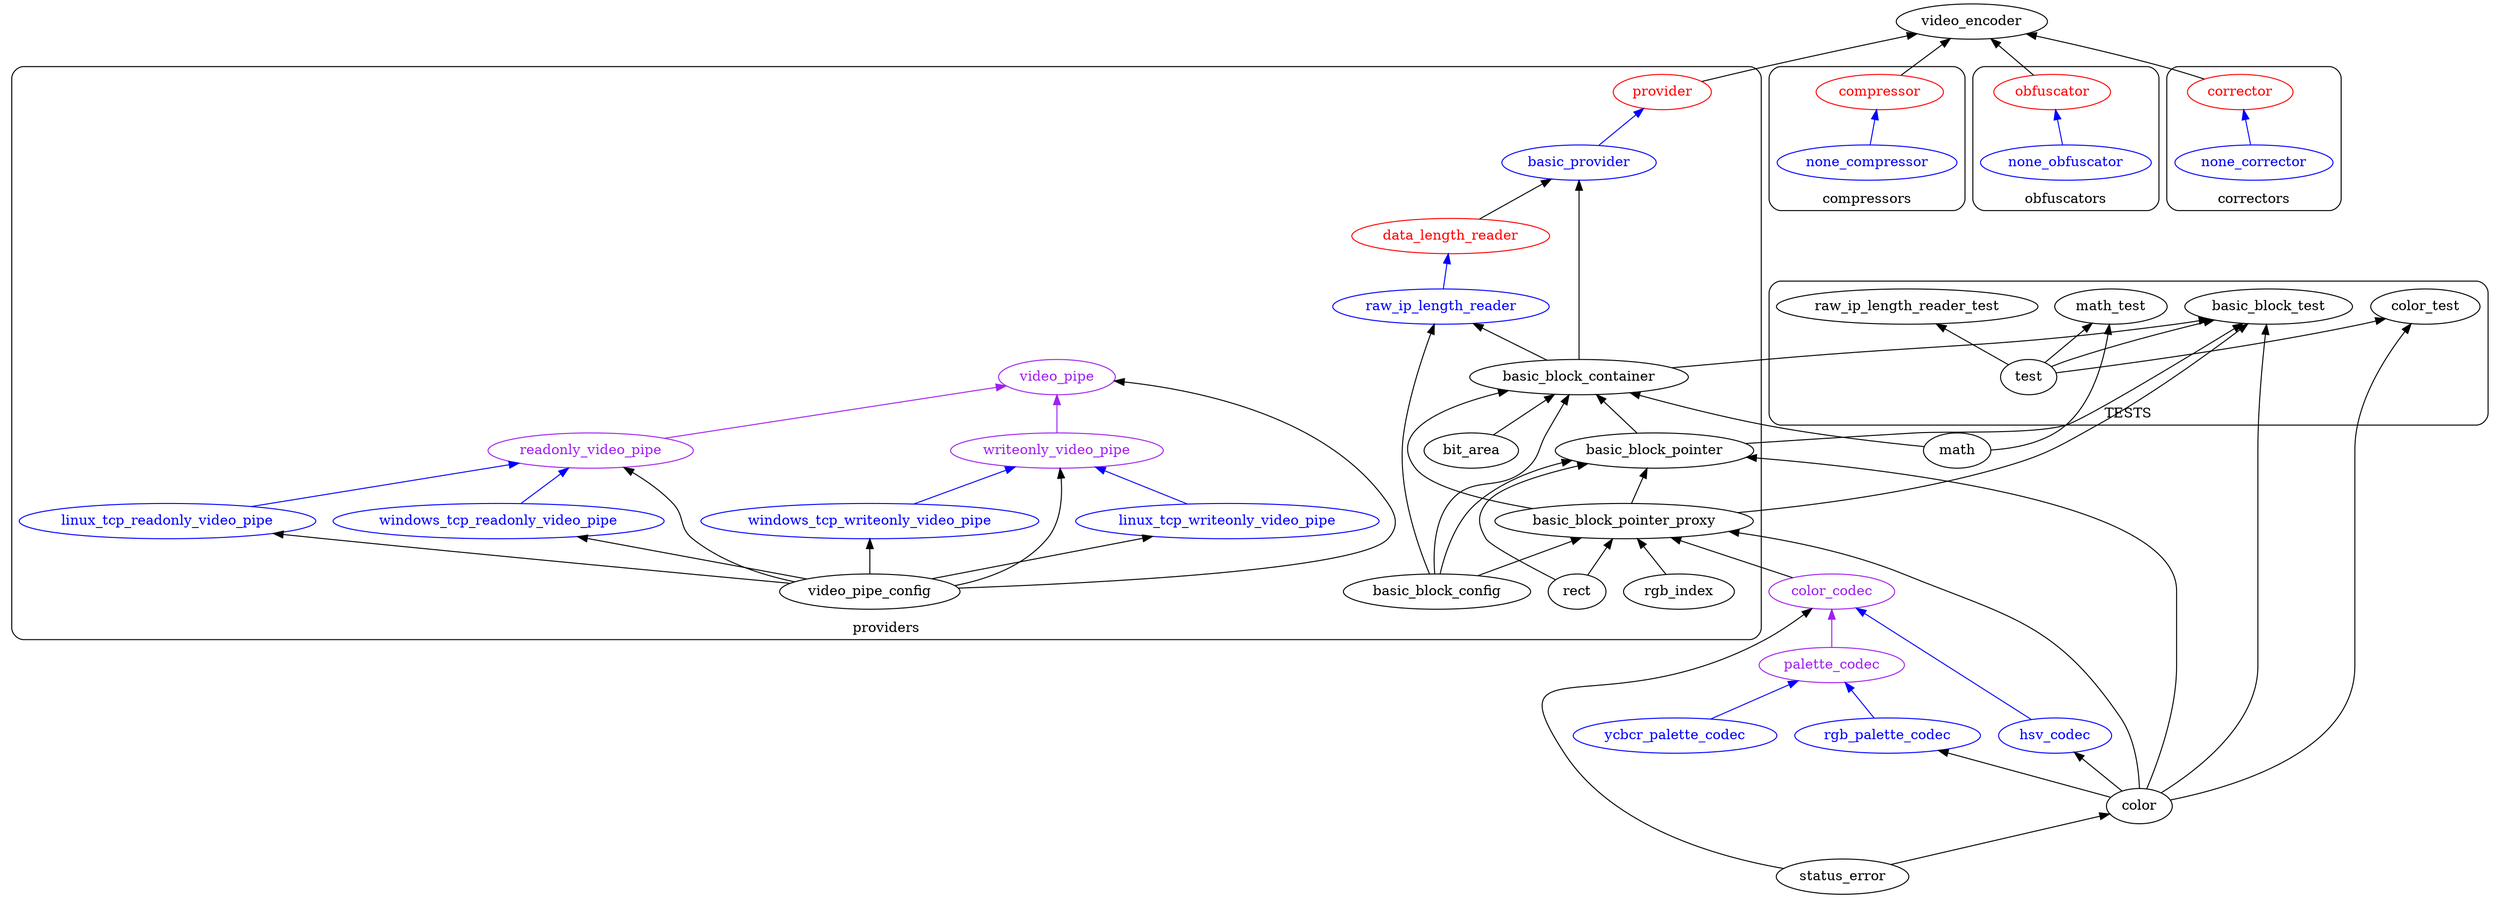
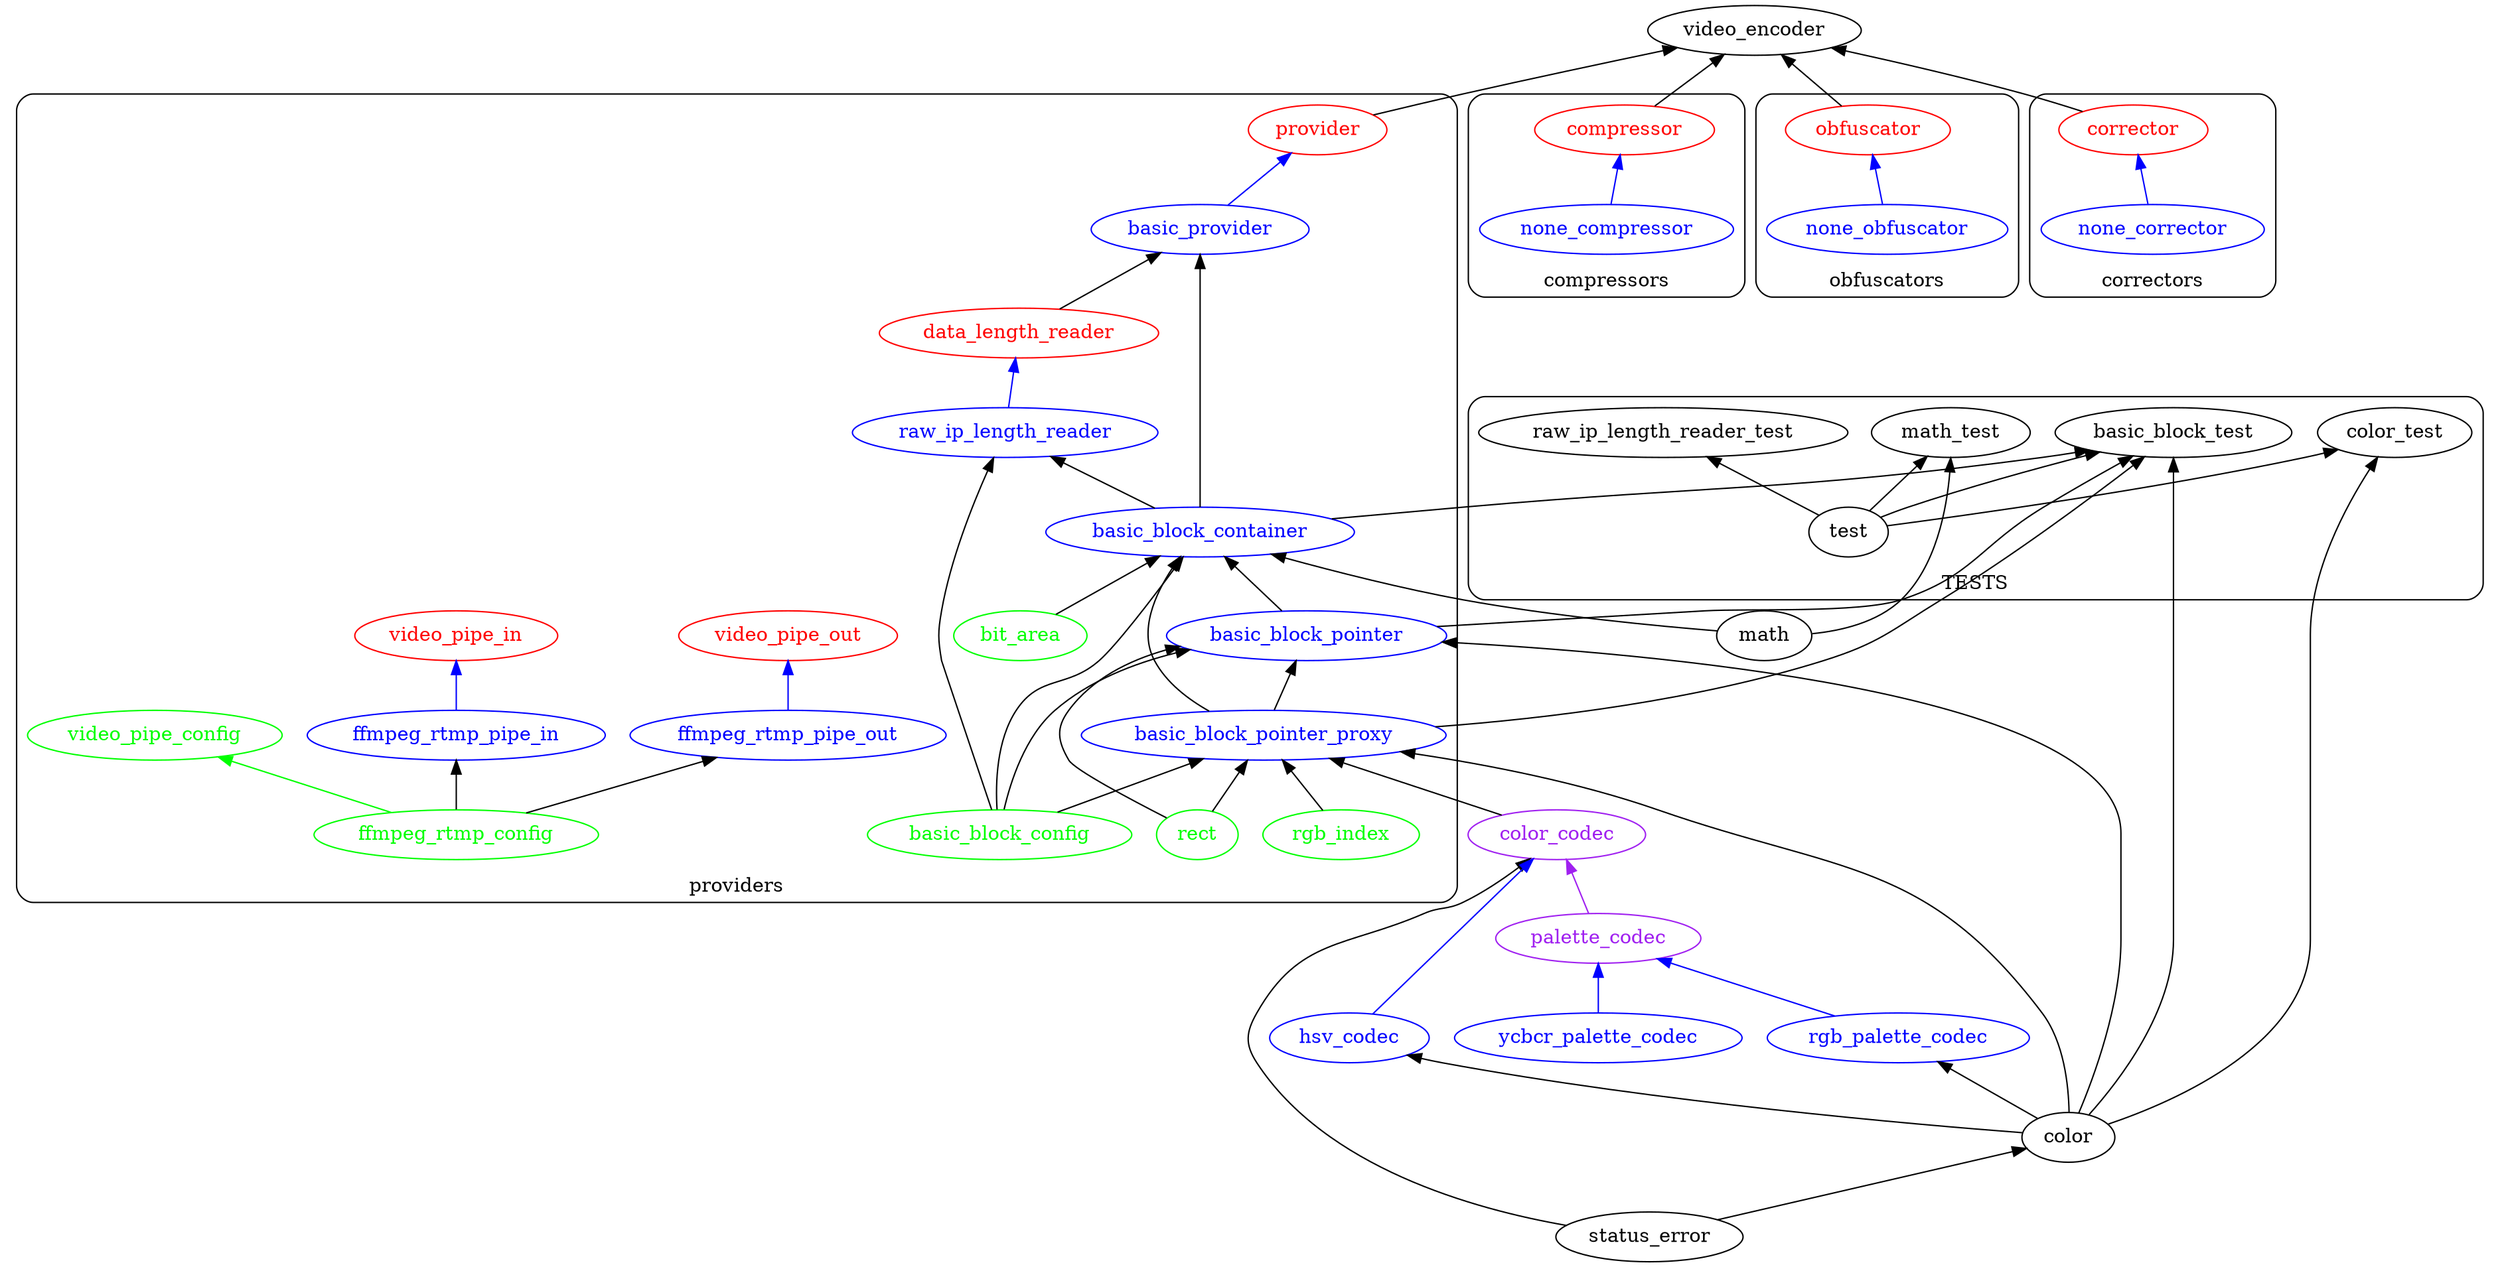
digraph {
    rankdir=BT;

    subgraph src{
        subgraph cluster_providers {
            label="providers";
            style=rounded;
            color=black;

            provider[
                color=red;
                fontcolor=red;
            ];
            basic_provider[
                color=blue;
                fontcolor=blue;
            ];
            subgraph basic_block{
-                 basic_block_container;
-                 basic_block_pointer;
-                 basic_block_pointer_proxy;
+                 basic_block_container [color=blue;fontcolor=blue;];
+                 basic_block_pointer [color=blue;fontcolor=blue;];
+                 basic_block_pointer_proxy [color=blue;fontcolor=blue;];
                data_length_reader [
                    color=red;
                    fontcolor=red;
                ];
                raw_ip_length_reader[
                    color=blue;
                    fontcolor=blue;
                ];
-                 bit_area;
+                 bit_area [color=green;fontcolor=green;];

                basic_provider->provider [color=blue;];

                basic_block_container->basic_provider [weight=1000; ];

                basic_block_pointer->basic_block_container;

                basic_block_pointer_proxy->basic_block_pointer;
                basic_block_pointer_proxy->basic_block_container;

                bit_area->basic_block_container;
            }

            subgraph data_length_reader{
                raw_ip_length_reader->data_length_reader [color = blue;];
                data_length_reader->basic_provider;

                basic_block_container->raw_ip_length_reader [weight=0.1;];
            }

-             subgraph video_pipes {
-                 video_pipe_config;
-                 video_pipe [color=purple; fontcolor = purple;];
-                 readonly_video_pipe [color=purple; fontcolor = purple;];
-                 writeonly_video_pipe [color=purple; fontcolor = purple;];
-                 linux_tcp_readonly_video_pipe [color=blue; fontcolor = blue;];
-                 linux_tcp_writeonly_video_pipe [color=blue; fontcolor = blue;];
-                 windows_tcp_readonly_video_pipe [color=blue; fontcolor = blue;];
-                 windows_tcp_writeonly_video_pipe [color=blue; fontcolor = blue;];
- 
-                 readonly_video_pipe->video_pipe [color=purple;];
-                 writeonly_video_pipe->video_pipe [color=purple;];
-                 linux_tcp_readonly_video_pipe->readonly_video_pipe [color=blue;];
-                 linux_tcp_writeonly_video_pipe->writeonly_video_pipe [color=blue;];
-                 windows_tcp_readonly_video_pipe->readonly_video_pipe [color=blue;];
-                 windows_tcp_writeonly_video_pipe->writeonly_video_pipe [color=blue;];
- 
-                 video_pipe_config->video_pipe;
-                 video_pipe_config->readonly_video_pipe;
-                 video_pipe_config->writeonly_video_pipe;
-                 video_pipe_config->linux_tcp_readonly_video_pipe;
-                 video_pipe_config->linux_tcp_writeonly_video_pipe;
-                 video_pipe_config->windows_tcp_readonly_video_pipe;
-                 video_pipe_config->windows_tcp_writeonly_video_pipe;
+             subgraph video_pipe {
+                 video_pipe_in [color=red; fontcolor=red;];
+                 video_pipe_out [color = red; fontcolor=red;];
+                 ffmpeg_rtmp_pipe_in [color=blue;fontcolor=blue;];
+                 ffmpeg_rtmp_pipe_out [color=blue;fontcolor=blue;];
+ 
+                 video_pipe_config [color=green; fontcolor=green;];
+                 ffmpeg_rtmp_config [color=green;fontcolor=green;];
+ 
+                 ffmpeg_rtmp_config->video_pipe_config [color=green;];
+ 
+                 ffmpeg_rtmp_pipe_in->video_pipe_in [color=blue;];
+                 ffmpeg_rtmp_pipe_out->video_pipe_out [color=blue;];
+ 
+                 ffmpeg_rtmp_config->ffmpeg_rtmp_pipe_in;
+                 ffmpeg_rtmp_config->ffmpeg_rtmp_pipe_out;
            }

-             basic_block_config;
-             rect;
-             rgb_index;
+             basic_block_config [color=green;fontcolor=green;];
+             rect [color=green;fontcolor=green;];
+             rgb_index[color=green;fontcolor=green;];

            basic_block_config->basic_block_container;
            basic_block_config->basic_block_pointer;
            basic_block_config->basic_block_pointer_proxy;
            basic_block_config->raw_ip_length_reader;

            rect->basic_block_pointer_proxy;
            rect->basic_block_pointer;

            rgb_index->basic_block_pointer_proxy;
        }
        subgraph cluster_compressors {
            label="compressors";
            style=rounded;
            color=black;
            compressor [
                color=red;
                fontcolor=red;
            ];
            none_compressor [
                color=blue;
                fontcolor=blue;
            ];
            none_compressor->compressor [color=blue];
        }

        subgraph cluster_obfuscators
        {
            label="obfuscators";
            style=rounded;
            color=black;

            obfuscator[
                color = red;
                fontcolor=red;
            ];
            none_obfuscator [
                color=blue;
                fontcolor=blue;
            ];

            none_obfuscator->obfuscator [color=blue];
        }

        subgraph cluster_correctors{
            label="correctors";
            style=rounded;
            color=black;

            corrector[
                color = red;
                fontcolor=red;
            ];
            none_corrector [
                color=blue;
                fontcolor=blue;
            ];

            none_corrector->corrector [color=blue];
        }

        video_encoder;
        color;
        status_error;
        math;
        color_codec [
            color=purple;
            fontcolor=purple;
        ];
        hsv_codec [
            color=blue;
            fontcolor=blue;
        ];
        palette_codec[
            color=purple;
            fontcolor=purple;
        ];
        rgb_palette_codec[
            color=blue;
            fontcolor=blue;
        ];
        ycbcr_palette_codec[
            color=blue;
            fontcolor=blue;
        ];

        provider->video_encoder;
        compressor->video_encoder;
        obfuscator->video_encoder;
        corrector->video_encoder;

        color->basic_block_pointer_proxy [minlen=1];
        color->basic_block_pointer [minlen=1];
        color->rgb_palette_codec;
        color->hsv_codec;

        status_error->color;
        status_error->color_codec;

        math->basic_block_container;

        color_codec->basic_block_pointer_proxy;
        hsv_codec->color_codec [color=blue; ];
        palette_codec->color_codec[color=purple;];
        rgb_palette_codec->palette_codec [color=blue;];
        ycbcr_palette_codec->palette_codec [color=blue];
    }

    subgraph cluster_test{
        style=rounded;
        label="TESTS";
        subgraph lib{
            test;
        }

        color_test;
        basic_block_test;
        raw_ip_length_reader_test;
        math_test;

        test->color_test;
        test->basic_block_test;
        test->raw_ip_length_reader_test;
        test->math_test;
    }

    color->basic_block_test [minlen=3];
    color->color_test [minlen=3];

    math->math_test;

    basic_block_pointer_proxy->basic_block_test;
    basic_block_container->basic_block_test;
    basic_block_pointer->basic_block_test;
}